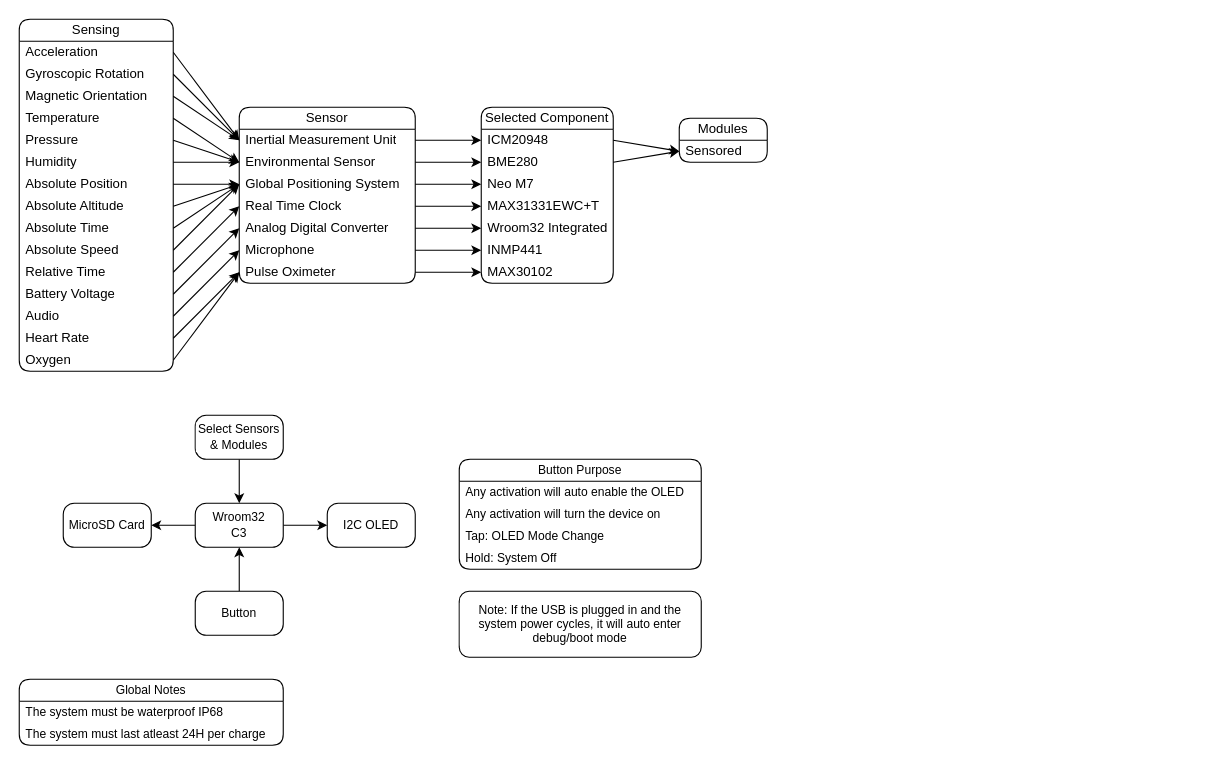
Above: page "Brainstorm" (2 of 2) of Documents/Diagram.drawio in XCR1793/Aivacore (draw.io), before the change. Source tidied: cells renumbered, new cells numbered last; positions are measured from the earlier drawing's top-left corner, leaving out a move shared by most shapes. Both pictures are drawn from the tidied source at 110%, with x=0, y=0 at pixel (19, 19).
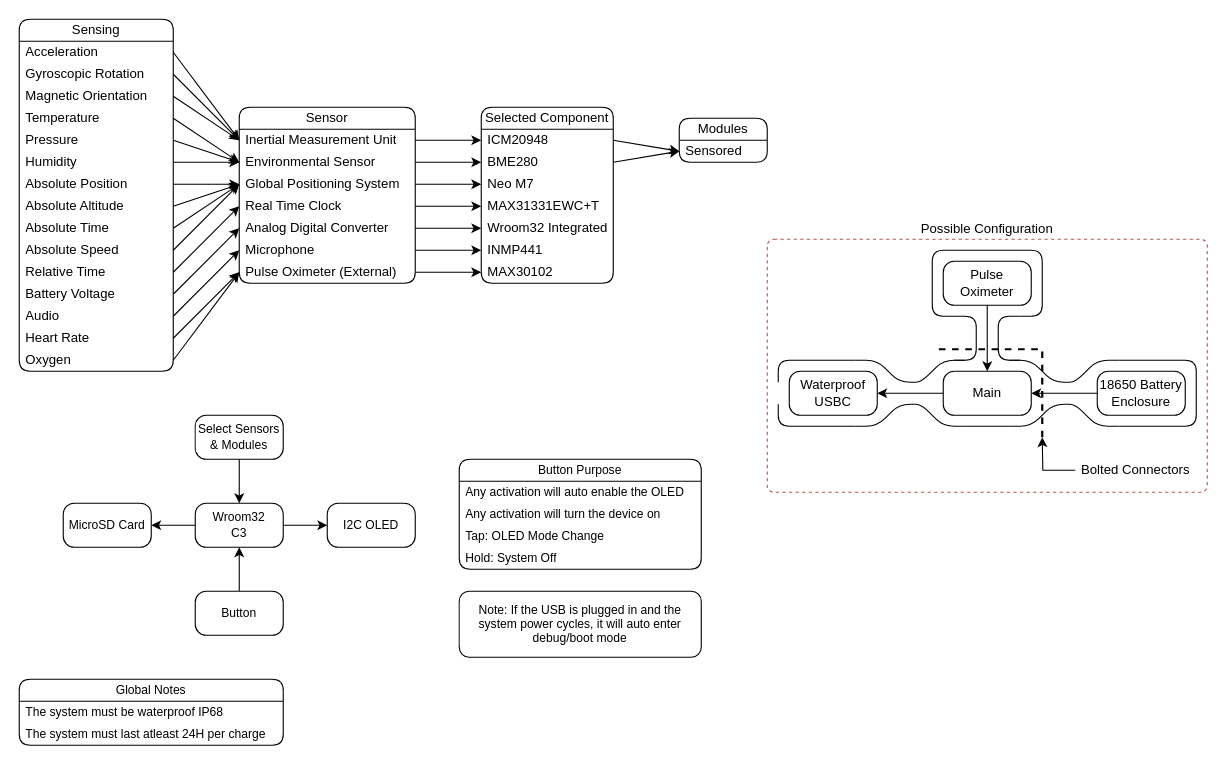
The same diagram, later.

Commit message:
Added Possible Configuration

Unchanged cells that the change refers to:
```xml
<mxCell id="18" value="Sensor" style="swimlane;fontStyle=0;horizontal=1;startSize=20;whiteSpace=wrap;html=1;absoluteArcSize=1;rounded=1;" parent="1" vertex="1">
  <mxGeometry x="200" y="80" width="160" height="160" as="geometry" />
</mxCell>
```

Diff of the diagram source:
```diff
@@
-    <mxCell id="25" value="Pulse Oximeter" style="text;strokeColor=none;fillColor=none;align=left;verticalAlign=middle;spacingLeft=4;spacingRight=4;overflow=hidden;points=[[0,0.5],[1,0.5]];portConstraint=eastwest;whiteSpace=wrap;html=1;" parent="18" vertex="1">
+    <mxCell id="25" value="Pulse Oximeter (External)" style="text;strokeColor=none;fillColor=none;align=left;verticalAlign=middle;spacingLeft=4;spacingRight=4;overflow=hidden;points=[[0,0.5],[1,0.5]];portConstraint=eastwest;whiteSpace=wrap;html=1;" parent="18" vertex="1">
       <mxGeometry y="140" width="160" height="20" as="geometry" />
     </mxCell>
@@
+    <mxCell id="78" style="edgeStyle=orthogonalEdgeStyle;rounded=0;jettySize=auto;html=1;exitX=0;exitY=0.5;exitDx=0;exitDy=0;entryX=1;entryY=0.5;entryDx=0;entryDy=0;" parent="1" edge="1" source="79" target="93">
+      <mxGeometry relative="1" as="geometry" />
+    </mxCell>
+    <mxCell id="79" value="Main" style="rounded=1;whiteSpace=wrap;html=1;absoluteArcSize=1;" parent="1" vertex="1">
+      <mxGeometry x="840" y="320" width="80" height="40" as="geometry" />
+    </mxCell>
+    <mxCell id="80" style="edgeStyle=orthogonalEdgeStyle;rounded=0;jettySize=auto;html=1;exitX=0;exitY=0.5;exitDx=0;exitDy=0;entryX=1;entryY=0.5;entryDx=0;entryDy=0;" parent="1" edge="1" source="81" target="79">
+      <mxGeometry relative="1" as="geometry" />
+    </mxCell>
+    <mxCell id="81" value="18650 Battery Enclosure" style="rounded=1;whiteSpace=wrap;html=1;absoluteArcSize=1;" parent="1" vertex="1">
+      <mxGeometry x="980" y="320" width="80" height="40" as="geometry" />
+    </mxCell>
+    <mxCell id="82" style="endArrow=none;html=1;rounded=1;curved=0;" parent="1" edge="1">
+      <mxGeometry relative="1" as="geometry">
+        <mxPoint x="900" y="310" as="sourcePoint" />
+        <mxPoint x="1000" y="310" as="targetPoint" />
+        <Array as="points">
+          <mxPoint x="920" y="310" />
+          <mxPoint x="940" y="330" />
+          <mxPoint x="960" y="330" />
+          <mxPoint x="980" y="310" />
+        </Array>
+      </mxGeometry>
+    </mxCell>
+    <mxCell id="83" style="endArrow=none;html=1;rounded=1;curved=0;" parent="1" edge="1">
+      <mxGeometry relative="1" as="geometry">
+        <mxPoint x="900" y="370" as="sourcePoint" />
+        <mxPoint x="1000" y="370" as="targetPoint" />
+        <Array as="points">
+          <mxPoint x="920" y="370" />
+          <mxPoint x="940" y="350" />
+          <mxPoint x="960" y="350" />
+          <mxPoint x="980" y="370" />
+        </Array>
+      </mxGeometry>
+    </mxCell>
+    <mxCell id="84" style="edgeStyle=orthogonalEdgeStyle;rounded=0;jettySize=auto;html=1;exitX=0.5;exitY=1;exitDx=0;exitDy=0;entryX=0.5;entryY=0;entryDx=0;entryDy=0;" parent="1" edge="1" source="85" target="79">
+      <mxGeometry relative="1" as="geometry" />
+    </mxCell>
+    <mxCell id="85" value="Pulse Oximeter" style="rounded=1;whiteSpace=wrap;html=1;absoluteArcSize=1;" parent="1" vertex="1">
+      <mxGeometry x="840" y="220" width="80" height="40" as="geometry" />
+    </mxCell>
+    <mxCell id="86" style="endArrow=none;html=1;rounded=1;curved=0;" parent="1" edge="1">
+      <mxGeometry relative="1" as="geometry">
+        <mxPoint x="850" y="310" as="sourcePoint" />
+        <mxPoint x="850" y="270" as="targetPoint" />
+        <Array as="points">
+          <mxPoint x="870" y="310" />
+          <mxPoint x="870" y="270" />
+        </Array>
+      </mxGeometry>
+    </mxCell>
+    <mxCell id="87" style="endArrow=none;html=1;rounded=1;curved=0;" parent="1" edge="1">
+      <mxGeometry relative="1" as="geometry">
+        <mxPoint x="910" y="310" as="sourcePoint" />
+        <mxPoint x="910" y="270" as="targetPoint" />
+        <Array as="points">
+          <mxPoint x="890" y="310" />
+          <mxPoint x="890" y="270" />
+        </Array>
+      </mxGeometry>
+    </mxCell>
+    <mxCell id="88" style="endArrow=none;html=1;rounded=1;curved=0;" parent="1" edge="1">
+      <mxGeometry relative="1" as="geometry">
+        <mxPoint x="850" y="270" as="sourcePoint" />
+        <mxPoint x="910" y="270" as="targetPoint" />
+        <Array as="points">
+          <mxPoint x="830" y="270" />
+          <mxPoint x="830" y="210" />
+          <mxPoint x="930" y="210" />
+          <mxPoint x="930" y="270" />
+        </Array>
+      </mxGeometry>
+    </mxCell>
+    <mxCell id="89" style="endArrow=none;html=1;rounded=1;curved=0;" parent="1" edge="1">
+      <mxGeometry relative="1" as="geometry">
+        <mxPoint x="1000" y="370" as="sourcePoint" />
+        <mxPoint x="1000" y="310" as="targetPoint" />
+        <Array as="points">
+          <mxPoint x="1070" y="370" />
+          <mxPoint x="1070" y="310" />
+        </Array>
+      </mxGeometry>
+    </mxCell>
+    <mxCell id="90" style="endArrow=none;dashed=1;html=1;strokeWidth=2;rounded=0;" parent="1" edge="1">
+      <mxGeometry relative="1" as="geometry">
+        <mxPoint x="930" y="380" as="sourcePoint" />
+        <mxPoint x="830" y="300" as="targetPoint" />
+        <Array as="points">
+          <mxPoint x="930" y="300" />
+        </Array>
+      </mxGeometry>
+    </mxCell>
+    <mxCell id="91" style="edgeStyle=orthogonalEdgeStyle;rounded=0;jettySize=auto;html=1;exitX=0;exitY=0.5;exitDx=0;exitDy=0;" parent="1" edge="1" source="92">
+      <mxGeometry relative="1" as="geometry">
+        <mxPoint x="930" y="380" as="targetPoint" />
+      </mxGeometry>
+    </mxCell>
+    <mxCell id="92" value="Bolted Connectors" style="text;html=1;align=center;verticalAlign=middle;whiteSpace=wrap;rounded=0;" parent="1" vertex="1">
+      <mxGeometry x="960" y="400" width="110" height="20" as="geometry" />
+    </mxCell>
+    <mxCell id="93" value="Waterproof USBC" style="rounded=1;whiteSpace=wrap;html=1;absoluteArcSize=1;" parent="1" vertex="1">
+      <mxGeometry x="700" y="320" width="80" height="40" as="geometry" />
+    </mxCell>
+    <mxCell id="94" style="endArrow=none;html=1;rounded=1;curved=0;" parent="1" edge="1">
+      <mxGeometry relative="1" as="geometry">
+        <mxPoint x="760" y="370" as="sourcePoint" />
+        <mxPoint x="860" y="370" as="targetPoint" />
+        <Array as="points">
+          <mxPoint x="780" y="370" />
+          <mxPoint x="800" y="350" />
+          <mxPoint x="820" y="350" />
+          <mxPoint x="840" y="370" />
+        </Array>
+      </mxGeometry>
+    </mxCell>
+    <mxCell id="95" style="endArrow=none;html=1;rounded=1;curved=0;" parent="1" edge="1">
+      <mxGeometry relative="1" as="geometry">
+        <mxPoint x="760" y="310" as="sourcePoint" />
+        <mxPoint x="860" y="310" as="targetPoint" />
+        <Array as="points">
+          <mxPoint x="780" y="310" />
+          <mxPoint x="800" y="330" />
+          <mxPoint x="820" y="330" />
+          <mxPoint x="840" y="310" />
+        </Array>
+      </mxGeometry>
+    </mxCell>
+    <mxCell id="96" style="endArrow=none;html=1;rounded=0;" parent="1" edge="1">
+      <mxGeometry relative="1" as="geometry">
+        <mxPoint x="860" y="370" as="sourcePoint" />
+        <mxPoint x="900" y="370" as="targetPoint" />
+      </mxGeometry>
+    </mxCell>
+    <mxCell id="97" style="endArrow=none;html=1;rounded=1;curved=0;" parent="1" edge="1">
+      <mxGeometry relative="1" as="geometry">
+        <mxPoint x="690" y="330" as="sourcePoint" />
+        <mxPoint x="760" y="310" as="targetPoint" />
+        <Array as="points">
+          <mxPoint x="690" y="310" />
+        </Array>
+      </mxGeometry>
+    </mxCell>
+    <mxCell id="98" style="endArrow=none;html=1;rounded=1;curved=0;" parent="1" edge="1">
+      <mxGeometry relative="1" as="geometry">
+        <mxPoint x="690" y="350" as="sourcePoint" />
+        <mxPoint x="760" y="370" as="targetPoint" />
+        <Array as="points">
+          <mxPoint x="690" y="370" />
+        </Array>
+      </mxGeometry>
+    </mxCell>
+    <mxCell id="99" value="Possible Configuration" style="rounded=1;whiteSpace=wrap;html=1;fillColor=none;dashed=1;arcSize=12;absoluteArcSize=1;imageAlign=left;labelPosition=center;verticalLabelPosition=top;align=center;verticalAlign=bottom;strokeColor=#b85450;" parent="1" vertex="1">
+      <mxGeometry x="680" y="200" width="400" height="230" as="geometry" />
+    </mxCell>
```
